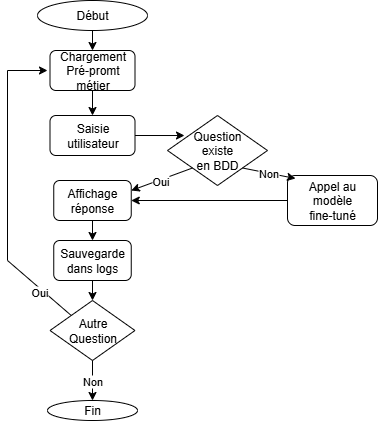
This is docs/organigramme.png from Carole-N/cgvbot, a draw.io export, as it was before one commit. Source tidied: cells renumbered, new cells last; positions are measured from the earlier drawing's top-left corner, leaving out a move shared by most shapes. Its diagram source:
```xml
<mxGraphModel>
  <root>
    <mxCell id="0" />
    <mxCell id="1" parent="0" />
    <mxCell id="2" value="Début" style="ellipse;whiteSpace=wrap;html=1;" parent="1" vertex="1">
      <mxGeometry x="30" width="110" height="30" as="geometry" />
    </mxCell>
    <mxCell id="3" value="Chargement&lt;div&gt;Pré-promt métier&lt;/div&gt;" style="rounded=1;whiteSpace=wrap;html=1;" parent="1" vertex="1">
      <mxGeometry x="42.5" y="50" width="85" height="40" as="geometry" />
    </mxCell>
    <mxCell id="4" style="endArrow=classic;html=1;rounded=0;exitX=0.5;exitY=1;exitDx=0;exitDy=0;entryX=0.5;entryY=0;entryDx=0;entryDy=0;" parent="1" edge="1" source="2" target="3">
      <mxGeometry relative="1" as="geometry" />
    </mxCell>
    <mxCell id="5" value="Appel au modèle&lt;div&gt;fine-tuné&lt;/div&gt;" style="rounded=1;whiteSpace=wrap;html=1;" parent="1" vertex="1">
      <mxGeometry x="280" y="175" width="90" height="50" as="geometry" />
    </mxCell>
    <mxCell id="6" value="Affichage&lt;div&gt;réponse&lt;/div&gt;" style="rounded=1;whiteSpace=wrap;html=1;" parent="1" vertex="1">
      <mxGeometry x="46.2" y="180" width="77.5" height="40" as="geometry" />
    </mxCell>
    <mxCell id="7" value="Sauvegarde&lt;div&gt;dans logs&lt;/div&gt;" style="rounded=1;whiteSpace=wrap;html=1;" parent="1" vertex="1">
      <mxGeometry x="46.2" y="240" width="77.5" height="40" as="geometry" />
    </mxCell>
    <mxCell id="8" style="endArrow=classic;html=1;rounded=0;exitX=0.5;exitY=1;exitDx=0;exitDy=0;entryX=0.5;entryY=0;entryDx=0;entryDy=0;" parent="1" edge="1" source="6" target="7">
      <mxGeometry relative="1" as="geometry" />
    </mxCell>
    <mxCell id="9" value="&lt;div&gt;Question&lt;/div&gt;&lt;div&gt;existe&lt;/div&gt;&lt;div&gt;en BDD&lt;/div&gt;" style="rhombus;whiteSpace=wrap;html=1;" parent="1" vertex="1">
      <mxGeometry x="160" y="115" width="100" height="70" as="geometry" />
    </mxCell>
    <mxCell id="10" style="endArrow=classic;html=1;rounded=0;exitX=0;exitY=0;exitDx=0;exitDy=0;" parent="1" edge="1" source="12">
      <mxGeometry relative="1" as="geometry">
        <mxPoint x="40" y="70" as="targetPoint" />
        <Array as="points">
          <mxPoint y="260" />
          <mxPoint y="70" />
        </Array>
      </mxGeometry>
    </mxCell>
    <mxCell id="11" value="Oui" style="edgeLabel;html=1;align=center;verticalAlign=middle;" parent="10" vertex="1">
      <mxGeometry x="-0.86" relative="1" as="geometry">
        <mxPoint x="-16" y="-9" as="offset" />
      </mxGeometry>
    </mxCell>
    <mxCell id="12" value="&lt;div&gt;Autre&lt;/div&gt;&lt;div&gt;Question&lt;/div&gt;" style="rhombus;whiteSpace=wrap;html=1;" parent="1" vertex="1">
      <mxGeometry x="42.5" y="300" width="85" height="60" as="geometry" />
    </mxCell>
    <mxCell id="13" style="endArrow=classic;html=1;rounded=0;exitX=0.5;exitY=1;exitDx=0;exitDy=0;entryX=0.5;entryY=0;entryDx=0;entryDy=0;" parent="1" edge="1" source="7" target="12">
      <mxGeometry relative="1" as="geometry" />
    </mxCell>
    <mxCell id="14" value="Saisie&lt;div&gt;&lt;span style=&quot;background-color: transparent; color: light-dark(rgb(0, 0, 0), rgb(255, 255, 255));&quot;&gt;utilisateur&lt;/span&gt;&lt;/div&gt;" style="rounded=1;whiteSpace=wrap;html=1;" parent="1" vertex="1">
      <mxGeometry x="42.5" y="115" width="85" height="40" as="geometry" />
    </mxCell>
    <mxCell id="15" style="endArrow=classic;html=1;rounded=0;exitX=0.5;exitY=1;exitDx=0;exitDy=0;entryX=0.5;entryY=0;entryDx=0;entryDy=0;" parent="1" edge="1" source="3" target="14">
      <mxGeometry relative="1" as="geometry" />
    </mxCell>
    <mxCell id="16" style="endArrow=classic;html=1;rounded=0;exitX=1;exitY=0.5;exitDx=0;exitDy=0;entryX=0.17;entryY=0.286;entryDx=0;entryDy=0;entryPerimeter=0;" parent="1" edge="1" source="14" target="9">
      <mxGeometry relative="1" as="geometry" />
    </mxCell>
    <mxCell id="17" style="endArrow=classic;html=1;rounded=0;exitX=0;exitY=1;exitDx=0;exitDy=0;entryX=1;entryY=0.25;entryDx=0;entryDy=0;" parent="1" edge="1" source="9" target="6">
      <mxGeometry relative="1" as="geometry" />
    </mxCell>
    <mxCell id="18" value="Oui" style="edgeLabel;html=1;align=center;verticalAlign=middle;" parent="17" vertex="1">
      <mxGeometry x="0.07" y="1" relative="1" as="geometry" />
    </mxCell>
    <mxCell id="19" style="endArrow=classic;html=1;rounded=0;exitX=1;exitY=1;exitDx=0;exitDy=0;entryX=0.089;entryY=0.06;entryDx=0;entryDy=0;entryPerimeter=0;" parent="1" edge="1" source="9" target="5">
      <mxGeometry relative="1" as="geometry" />
    </mxCell>
    <mxCell id="20" value="Non" style="edgeLabel;html=1;align=center;verticalAlign=middle;" parent="19" vertex="1">
      <mxGeometry x="-0.01" relative="1" as="geometry">
        <mxPoint x="-1" as="offset" />
      </mxGeometry>
    </mxCell>
    <mxCell id="21" value="Fin" style="ellipse;whiteSpace=wrap;html=1;" parent="1" vertex="1">
      <mxGeometry x="40" y="400" width="90" height="20" as="geometry" />
    </mxCell>
    <mxCell id="22" style="endArrow=classic;html=1;rounded=0;exitX=0.5;exitY=1;exitDx=0;exitDy=0;entryX=0.5;entryY=0;entryDx=0;entryDy=0;" parent="1" edge="1" source="12" target="21">
      <mxGeometry relative="1" as="geometry" />
    </mxCell>
    <mxCell id="23" value="Non" style="edgeLabel;html=1;align=center;verticalAlign=middle;" parent="22" vertex="1">
      <mxGeometry x="-0.01" relative="1" as="geometry">
        <mxPoint x="-1" as="offset" />
      </mxGeometry>
    </mxCell>
    <mxCell id="24" style="endArrow=classic;html=1;rounded=0;entryX=1;entryY=0.5;entryDx=0;entryDy=0;exitX=0;exitY=0.5;exitDx=0;exitDy=0;" parent="1" edge="1" source="5" target="6">
      <mxGeometry relative="1" as="geometry" />
    </mxCell>
  </root>
</mxGraphModel>
```
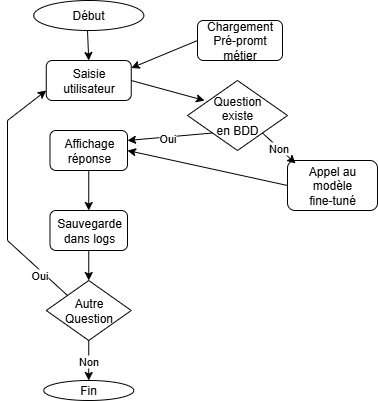
Later version of the same file.

Commit message:
changement organigramme

The edit, as a diff of the source:
```diff
@@ -3,35 +3,31 @@
     <mxCell id="0" />
     <mxCell id="1" parent="0" />
     <mxCell id="2" value="Début" style="ellipse;whiteSpace=wrap;html=1;" parent="1" vertex="1">
-      <mxGeometry x="30" width="110" height="30" as="geometry" />
+      <mxGeometry x="26.2" y="20" width="110" height="30" as="geometry" />
     </mxCell>
     <mxCell id="3" value="Chargement&lt;div&gt;Pré-promt métier&lt;/div&gt;" style="rounded=1;whiteSpace=wrap;html=1;" parent="1" vertex="1">
-      <mxGeometry x="42.5" y="50" width="85" height="40" as="geometry" />
+      <mxGeometry x="190" y="40" width="85" height="40" as="geometry" />
     </mxCell>
-    <mxCell id="4" style="endArrow=classic;html=1;rounded=0;exitX=0.5;exitY=1;exitDx=0;exitDy=0;entryX=0.5;entryY=0;entryDx=0;entryDy=0;" parent="1" edge="1" source="2" target="3">
-      <mxGeometry relative="1" as="geometry" />
-    </mxCell>
     <mxCell id="5" value="Appel au modèle&lt;div&gt;fine-tuné&lt;/div&gt;" style="rounded=1;whiteSpace=wrap;html=1;" parent="1" vertex="1">
-      <mxGeometry x="280" y="175" width="90" height="50" as="geometry" />
+      <mxGeometry x="280" y="180" width="90" height="50" as="geometry" />
     </mxCell>
     <mxCell id="6" value="Affichage&lt;div&gt;réponse&lt;/div&gt;" style="rounded=1;whiteSpace=wrap;html=1;" parent="1" vertex="1">
-      <mxGeometry x="46.2" y="180" width="77.5" height="40" as="geometry" />
+      <mxGeometry x="42.5" y="150" width="77.5" height="40" as="geometry" />
     </mxCell>
     <mxCell id="7" value="Sauvegarde&lt;div&gt;dans logs&lt;/div&gt;" style="rounded=1;whiteSpace=wrap;html=1;" parent="1" vertex="1">
-      <mxGeometry x="46.2" y="240" width="77.5" height="40" as="geometry" />
+      <mxGeometry x="42.5" y="230" width="77.5" height="40" as="geometry" />
     </mxCell>
     <mxCell id="8" style="endArrow=classic;html=1;rounded=0;exitX=0.5;exitY=1;exitDx=0;exitDy=0;entryX=0.5;entryY=0;entryDx=0;entryDy=0;" parent="1" edge="1" source="6" target="7">
       <mxGeometry relative="1" as="geometry" />
     </mxCell>
     <mxCell id="9" value="&lt;div&gt;Question&lt;/div&gt;&lt;div&gt;existe&lt;/div&gt;&lt;div&gt;en BDD&lt;/div&gt;" style="rhombus;whiteSpace=wrap;html=1;" parent="1" vertex="1">
-      <mxGeometry x="160" y="115" width="100" height="70" as="geometry" />
+      <mxGeometry x="180" y="100" width="100" height="70" as="geometry" />
     </mxCell>
-    <mxCell id="10" style="endArrow=classic;html=1;rounded=0;exitX=0;exitY=0;exitDx=0;exitDy=0;" parent="1" edge="1" source="12">
+    <mxCell id="10" style="endArrow=classic;html=1;rounded=0;exitX=0;exitY=0;exitDx=0;exitDy=0;entryX=0;entryY=0.75;entryDx=0;entryDy=0;" parent="1" edge="1" source="12" target="14">
       <mxGeometry relative="1" as="geometry">
-        <mxPoint x="40" y="70" as="targetPoint" />
         <Array as="points">
           <mxPoint y="260" />
-          <mxPoint y="70" />
+          <mxPoint y="140" />
         </Array>
       </mxGeometry>
     </mxCell>
@@ -41,17 +37,14 @@
       </mxGeometry>
     </mxCell>
     <mxCell id="12" value="&lt;div&gt;Autre&lt;/div&gt;&lt;div&gt;Question&lt;/div&gt;" style="rhombus;whiteSpace=wrap;html=1;" parent="1" vertex="1">
-      <mxGeometry x="42.5" y="300" width="85" height="60" as="geometry" />
+      <mxGeometry x="38.8" y="300" width="85" height="60" as="geometry" />
     </mxCell>
     <mxCell id="13" style="endArrow=classic;html=1;rounded=0;exitX=0.5;exitY=1;exitDx=0;exitDy=0;entryX=0.5;entryY=0;entryDx=0;entryDy=0;" parent="1" edge="1" source="7" target="12">
       <mxGeometry relative="1" as="geometry" />
     </mxCell>
     <mxCell id="14" value="Saisie&lt;div&gt;&lt;span style=&quot;background-color: transparent; color: light-dark(rgb(0, 0, 0), rgb(255, 255, 255));&quot;&gt;utilisateur&lt;/span&gt;&lt;/div&gt;" style="rounded=1;whiteSpace=wrap;html=1;" parent="1" vertex="1">
-      <mxGeometry x="42.5" y="115" width="85" height="40" as="geometry" />
+      <mxGeometry x="38.8" y="80" width="85" height="40" as="geometry" />
     </mxCell>
-    <mxCell id="15" style="endArrow=classic;html=1;rounded=0;exitX=0.5;exitY=1;exitDx=0;exitDy=0;entryX=0.5;entryY=0;entryDx=0;entryDy=0;" parent="1" edge="1" source="3" target="14">
-      <mxGeometry relative="1" as="geometry" />
-    </mxCell>
     <mxCell id="16" style="endArrow=classic;html=1;rounded=0;exitX=1;exitY=0.5;exitDx=0;exitDy=0;entryX=0.17;entryY=0.286;entryDx=0;entryDy=0;entryPerimeter=0;" parent="1" edge="1" source="14" target="9">
       <mxGeometry relative="1" as="geometry" />
     </mxCell>
@@ -70,7 +63,7 @@
       </mxGeometry>
     </mxCell>
     <mxCell id="21" value="Fin" style="ellipse;whiteSpace=wrap;html=1;" parent="1" vertex="1">
-      <mxGeometry x="40" y="400" width="90" height="20" as="geometry" />
+      <mxGeometry x="36.2" y="400" width="90" height="20" as="geometry" />
     </mxCell>
     <mxCell id="22" style="endArrow=classic;html=1;rounded=0;exitX=0.5;exitY=1;exitDx=0;exitDy=0;entryX=0.5;entryY=0;entryDx=0;entryDy=0;" parent="1" edge="1" source="12" target="21">
       <mxGeometry relative="1" as="geometry" />
@@ -83,5 +76,15 @@
     <mxCell id="24" style="endArrow=classic;html=1;rounded=0;entryX=1;entryY=0.5;entryDx=0;entryDy=0;exitX=0;exitY=0.5;exitDx=0;exitDy=0;" parent="1" edge="1" source="5" target="6">
       <mxGeometry relative="1" as="geometry" />
     </mxCell>
+    <mxCell id="25" style="endArrow=classic;html=1;rounded=0;exitX=0;exitY=0.5;exitDx=0;exitDy=0;entryX=0.5;entryY=0;entryDx=0;entryDy=0;" parent="1" edge="1" source="3">
+      <mxGeometry relative="1" as="geometry">
+        <mxPoint x="123.8" y="87.5" as="targetPoint" />
+      </mxGeometry>
+    </mxCell>
+    <mxCell id="26" style="endArrow=classic;html=1;rounded=0;exitX=0.5;exitY=1;exitDx=0;exitDy=0;entryX=0.5;entryY=0;entryDx=0;entryDy=0;" parent="1" edge="1" target="14">
+      <mxGeometry relative="1" as="geometry">
+        <mxPoint x="80" y="50" as="sourcePoint" />
+      </mxGeometry>
+    </mxCell>
   </root>
 </mxGraphModel>
```
